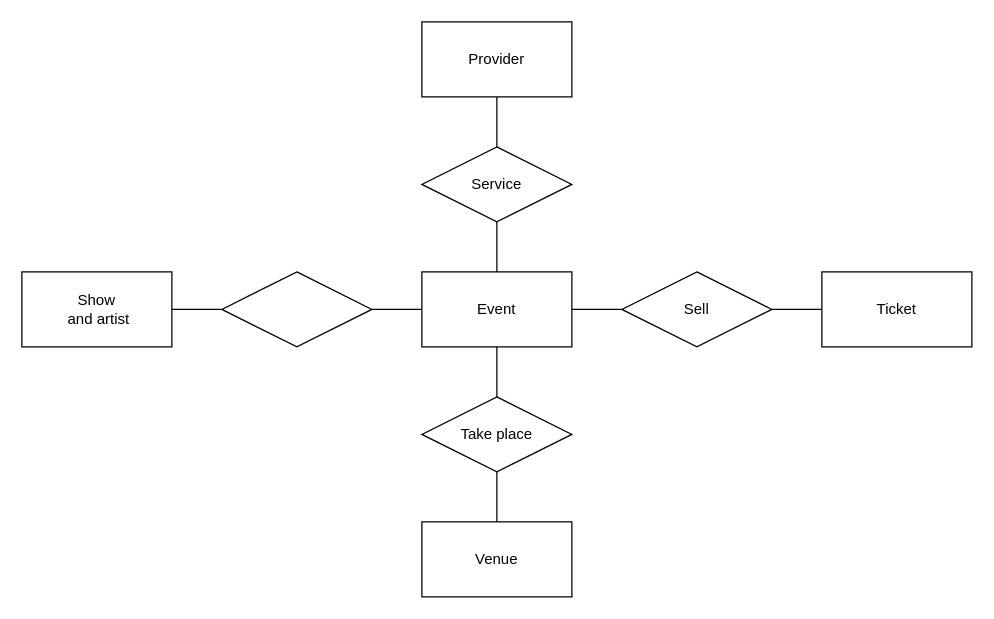
The draw.io diagram ERScheletro.drawio in lucat1/unibo_90107_progetto, before the edit. Source tidied: cells renumbered, new cells numbered last; positions are measured from the earlier drawing's top-left corner, leaving out a move shared by most shapes. Both pictures are drawn from the tidied source at 125%, with x=0, y=0 at pixel (21, 21).
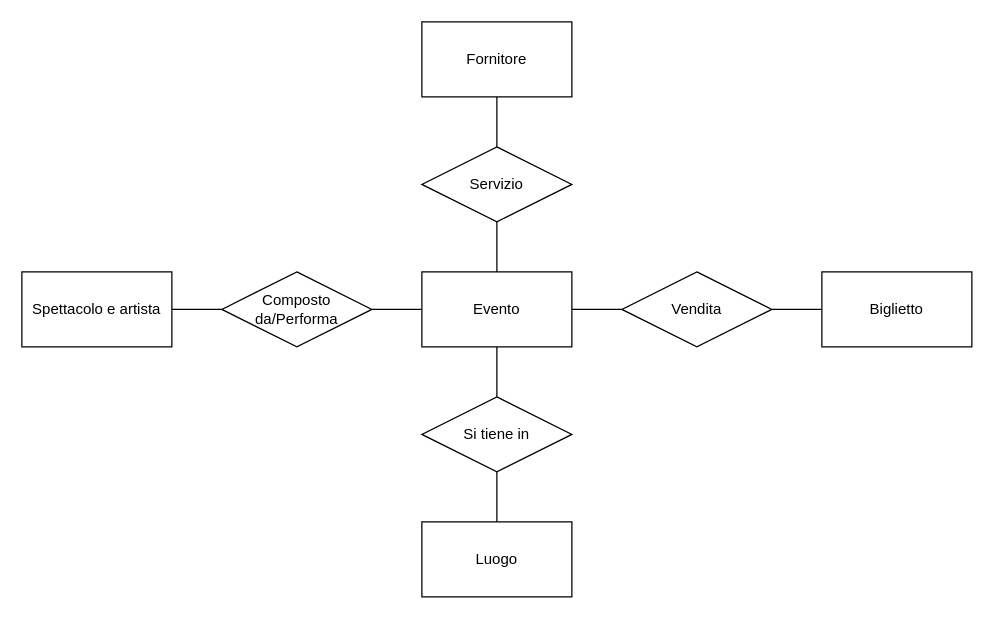
The same diagram, later.

Change to the diagram source:
```diff
@@
 <mxGraphModel>
   <root>
     <mxCell id="0" />
     <mxCell id="1" parent="0" />
-    <mxCell id="2" value="Event" style="rounded=0;whiteSpace=wrap;html=1;" parent="1" vertex="1">
+    <mxCell id="2" value="Evento" style="rounded=0;whiteSpace=wrap;html=1;" parent="1" vertex="1">
       <mxGeometry x="320" y="200" width="120" height="60" as="geometry" />
     </mxCell>
-    <mxCell id="3" value="&lt;div&gt;Show&lt;/div&gt;&amp;nbsp;and artist" style="rounded=0;whiteSpace=wrap;html=1;" parent="1" vertex="1">
+    <mxCell id="3" value="Spettacolo e artista&lt;div&gt;&lt;/div&gt;" style="rounded=0;whiteSpace=wrap;html=1;" parent="1" vertex="1">
       <mxGeometry y="200" width="120" height="60" as="geometry" />
     </mxCell>
-    <mxCell id="4" style="rhombus;whiteSpace=wrap;html=1;" parent="1" vertex="1">
+    <mxCell id="4" value="Composto da/Performa" style="rhombus;whiteSpace=wrap;html=1;" parent="1" vertex="1">
       <mxGeometry x="160" y="200" width="120" height="60" as="geometry" />
     </mxCell>
     <mxCell id="5" style="endArrow=none;html=1;rounded=0;exitX=1;exitY=0.5;exitDx=0;exitDy=0;entryX=0;entryY=0.5;entryDx=0;entryDy=0;" parent="1" edge="1" source="4" target="2">
       <mxGeometry relative="1" as="geometry" />
     </mxCell>
     <mxCell id="6" style="endArrow=none;html=1;rounded=0;exitX=1;exitY=0.5;exitDx=0;exitDy=0;entryX=0;entryY=0.5;entryDx=0;entryDy=0;" parent="1" edge="1" source="3" target="4">
       <mxGeometry relative="1" as="geometry" />
     </mxCell>
-    <mxCell id="7" value="Sell" style="rhombus;whiteSpace=wrap;html=1;" parent="1" vertex="1">
+    <mxCell id="7" value="Vendita" style="rhombus;whiteSpace=wrap;html=1;" parent="1" vertex="1">
       <mxGeometry x="480" y="200" width="120" height="60" as="geometry" />
     </mxCell>
     <mxCell id="8" style="endArrow=none;html=1;rounded=0;exitX=1;exitY=0.5;exitDx=0;exitDy=0;entryX=0;entryY=0.5;entryDx=0;entryDy=0;" parent="1" edge="1" source="2" target="7">
       <mxGeometry relative="1" as="geometry" />
     </mxCell>
     <mxCell id="9" style="endArrow=none;html=1;rounded=0;entryX=0;entryY=0.5;entryDx=0;entryDy=0;exitX=1;exitY=0.5;exitDx=0;exitDy=0;" parent="1" edge="1" source="7" target="18">
       <mxGeometry relative="1" as="geometry" />
     </mxCell>
-    <mxCell id="10" value="Provider" style="rounded=0;whiteSpace=wrap;html=1;" parent="1" vertex="1">
+    <mxCell id="10" value="Fornitore" style="rounded=0;whiteSpace=wrap;html=1;" parent="1" vertex="1">
       <mxGeometry x="320" width="120" height="60" as="geometry" />
     </mxCell>
-    <mxCell id="11" value="Service" style="rhombus;whiteSpace=wrap;html=1;" parent="1" vertex="1">
+    <mxCell id="11" value="Servizio" style="rhombus;whiteSpace=wrap;html=1;" parent="1" vertex="1">
       <mxGeometry x="320" y="100" width="120" height="60" as="geometry" />
     </mxCell>
     <mxCell id="12" style="endArrow=none;html=1;rounded=0;entryX=0.5;entryY=0;entryDx=0;entryDy=0;exitX=0.5;exitY=1;exitDx=0;exitDy=0;" parent="1" edge="1" source="11" target="2">
       <mxGeometry relative="1" as="geometry" />
     </mxCell>
     <mxCell id="13" style="endArrow=none;html=1;rounded=0;entryX=0.5;entryY=0;entryDx=0;entryDy=0;exitX=0.5;exitY=1;exitDx=0;exitDy=0;" parent="1" edge="1" source="10" target="11">
       <mxGeometry relative="1" as="geometry" />
     </mxCell>
-    <mxCell id="14" value="Venue" style="rounded=0;whiteSpace=wrap;html=1;" parent="1" vertex="1">
+    <mxCell id="14" value="Luogo" style="rounded=0;whiteSpace=wrap;html=1;" parent="1" vertex="1">
       <mxGeometry x="320" y="400" width="120" height="60" as="geometry" />
     </mxCell>
-    <mxCell id="15" value="Take place" style="rhombus;whiteSpace=wrap;html=1;" parent="1" vertex="1">
+    <mxCell id="15" value="Si tiene in" style="rhombus;whiteSpace=wrap;html=1;" parent="1" vertex="1">
       <mxGeometry x="320" y="300" width="120" height="60" as="geometry" />
     </mxCell>
     <mxCell id="16" style="endArrow=none;html=1;rounded=0;entryX=0.5;entryY=1;entryDx=0;entryDy=0;exitX=0.5;exitY=0;exitDx=0;exitDy=0;" parent="1" edge="1" source="15" target="2">
       <mxGeometry relative="1" as="geometry" />
     </mxCell>
     <mxCell id="17" style="endArrow=none;html=1;rounded=0;exitX=0.5;exitY=0;exitDx=0;exitDy=0;entryX=0.5;entryY=1;entryDx=0;entryDy=0;" parent="1" edge="1" source="14" target="15">
       <mxGeometry relative="1" as="geometry" />
     </mxCell>
-    <mxCell id="18" value="&lt;div&gt;Ticket&lt;/div&gt;" style="rounded=0;whiteSpace=wrap;html=1;" parent="1" vertex="1">
+    <mxCell id="18" value="&lt;div&gt;Biglietto&lt;/div&gt;" style="rounded=0;whiteSpace=wrap;html=1;" parent="1" vertex="1">
       <mxGeometry x="640" y="200" width="120" height="60" as="geometry" />
     </mxCell>
   </root>
 </mxGraphModel>
```
